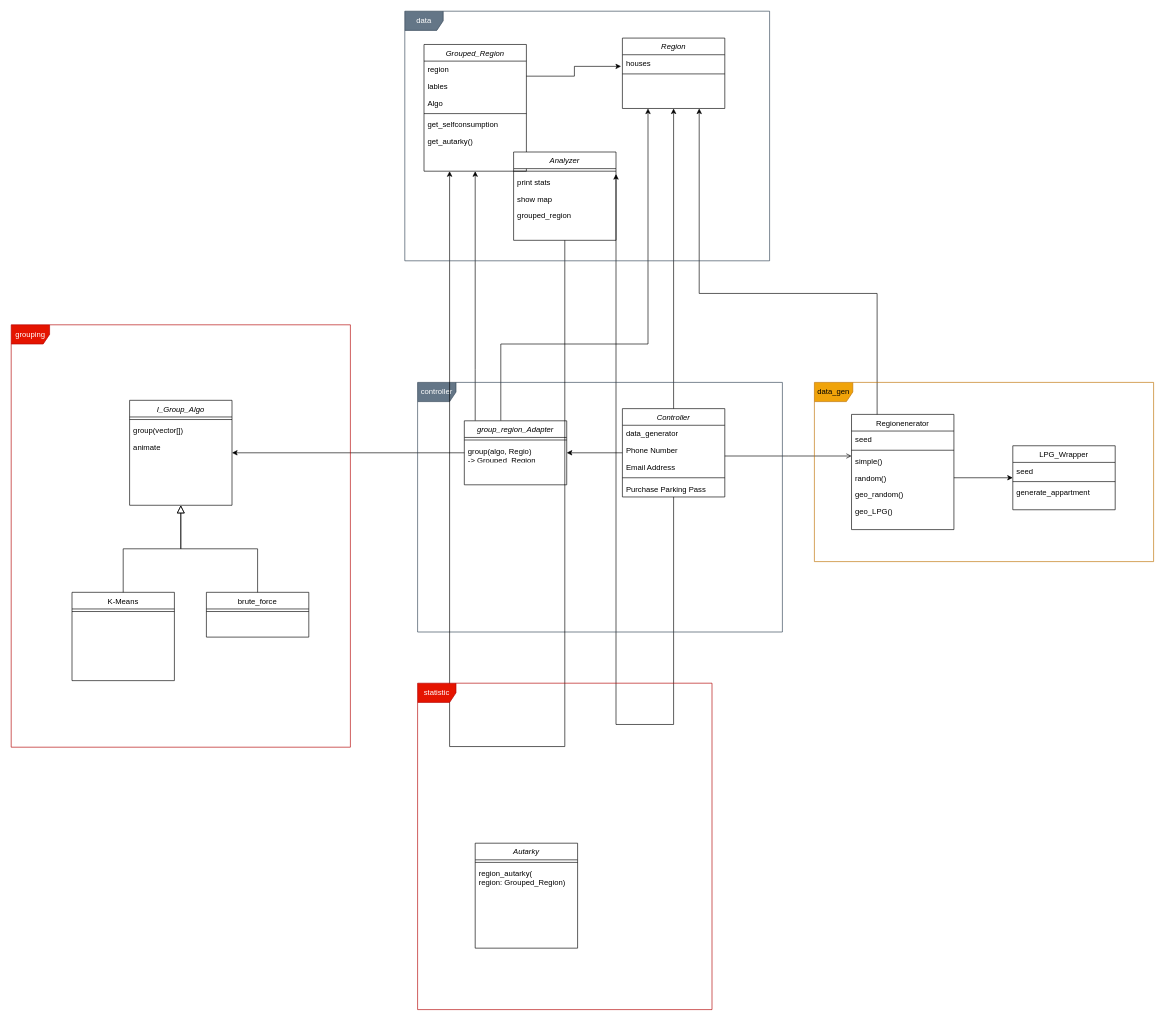
Above: diagram/Architektur.drawio in StevenLhmn/energy_grouping (draw.io), before the change. Source tidied: cells renumbered, new cells numbered last; positions are measured from the earlier drawing's top-left corner, leaving out a move shared by most shapes. Both pictures are drawn from the tidied source at 64%, with x=0, y=0 at pixel (11, 11).
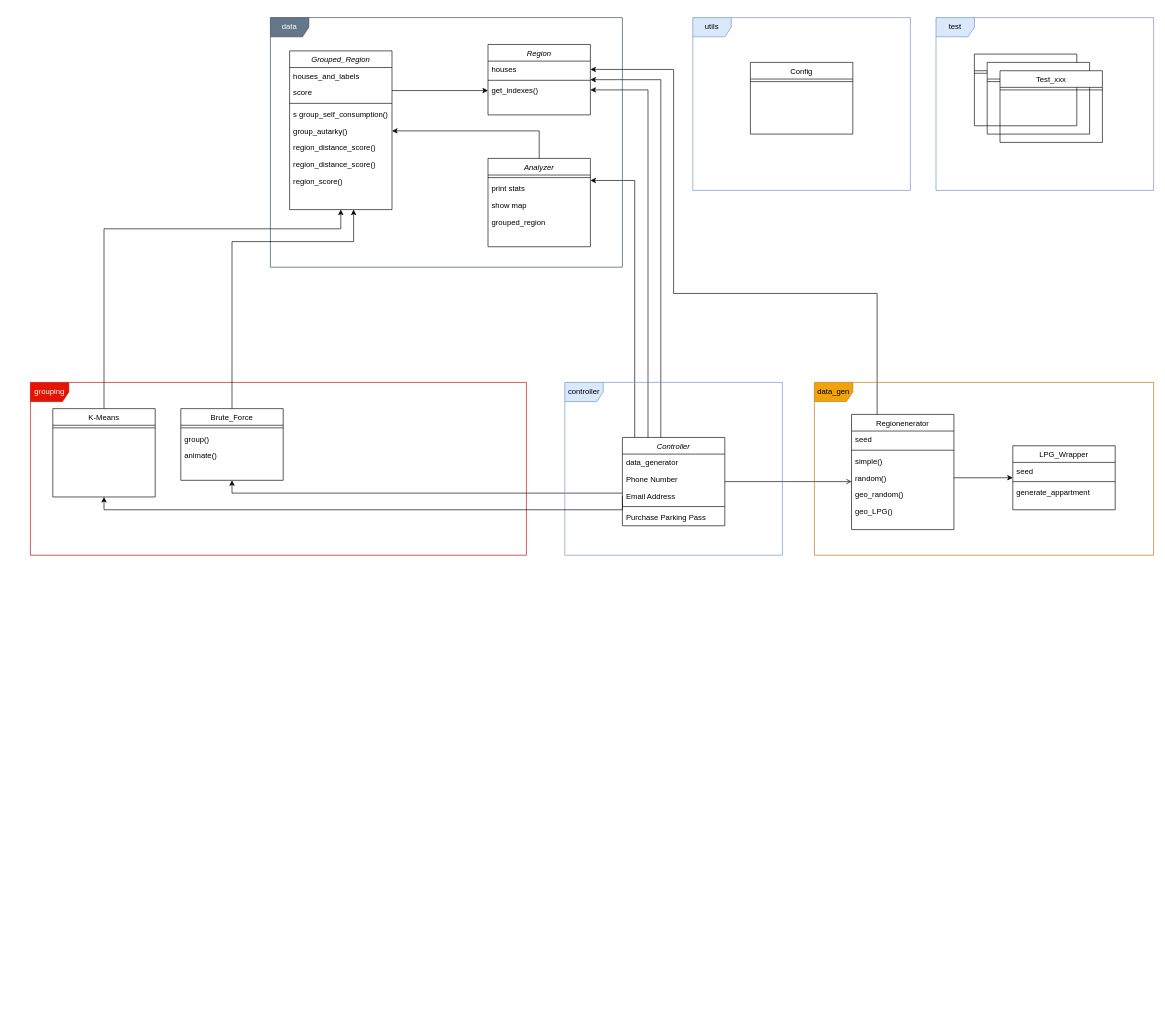
After the change.

Commit message (it also covers changes not shown here):
clean up architecture: remove statistic, add utils and tests

Unchanged cells that the change refers to:
```xml
<mxCell id="6" value="Email Address" style="text;align=left;verticalAlign=top;spacingLeft=4;spacingRight=4;overflow=hidden;points=[[0,0.5],[1,0.5]];portConstraint=eastwest;rounded=0;shadow=0;html=0;" parent="3" vertex="1">
  <mxGeometry y="78" width="160" height="26" as="geometry" />
</mxCell>
<mxCell id="15" value="Regionenerator" style="swimlane;fontStyle=0;align=center;verticalAlign=top;horizontal=1;startSize=26;rounded=0;shadow=0;strokeWidth=1;" parent="1" vertex="1">
  <mxGeometry x="1313" y="630" width="160" height="180" as="geometry" />
</mxCell>
<mxCell id="24" value="houses" style="text;align=left;verticalAlign=top;spacingLeft=4;spacingRight=4;overflow=hidden;points=[[0,0.5],[1,0.5]];portConstraint=eastwest;" parent="23" vertex="1">
  <mxGeometry y="26" width="160" height="26" as="geometry" />
</mxCell>
```

Diff of the diagram source:
```diff
@@
-    <mxCell id="2" style="edgeStyle=orthogonalEdgeStyle;rounded=0;jettySize=auto;html=1;entryX=1;entryY=0.25;entryDx=0;entryDy=0;" parent="1" edge="1" source="3" target="54">
+    <mxCell id="2" style="edgeStyle=orthogonalEdgeStyle;rounded=0;jettySize=auto;html=1;entryX=1;entryY=0.25;entryDx=0;entryDy=0;exitX=0.12;exitY=0;exitDx=0;exitDy=0;exitPerimeter=0;" parent="1" edge="1" source="3" target="54">
       <mxGeometry relative="1" as="geometry">
         <Array as="points">
-          <mxPoint x="1035" y="1114.5" />
+          <mxPoint x="974.2" y="264.5" />
         </Array>
       </mxGeometry>
     </mxCell>
     <mxCell id="3" value="Controller" style="swimlane;fontStyle=2;align=center;verticalAlign=top;horizontal=1;startSize=26;rounded=0;shadow=0;strokeWidth=1;" parent="1" vertex="1">
-      <mxGeometry x="955" y="621" width="160" height="138" as="geometry" />
+      <mxGeometry x="955" y="666" width="160" height="138" as="geometry" />
     </mxCell>
@@
     <mxCell id="9" value="K-Means" style="swimlane;fontStyle=0;align=center;verticalAlign=top;horizontal=1;startSize=26;rounded=0;shadow=0;strokeWidth=1;" parent="1" vertex="1">
-      <mxGeometry x="95" y="908" width="160" height="138" as="geometry" />
+      <mxGeometry x="65" y="621" width="160" height="138" as="geometry" />
     </mxCell>
@@
-    <mxCell id="11" style="endArrow=block;endSize=10;endFill=0;shadow=0;strokeWidth=1;rounded=0;curved=0;edgeStyle=elbowEdgeStyle;elbow=vertical;" parent="1" edge="1" source="9" target="29">
-      <mxGeometry relative="1" as="geometry" />
-    </mxCell>
-    <mxCell id="12" value="brute_force" style="swimlane;fontStyle=0;align=center;verticalAlign=top;horizontal=1;startSize=26;rounded=0;shadow=0;strokeWidth=1;" parent="1" vertex="1">
-      <mxGeometry x="305" y="908" width="160" height="70" as="geometry" />
+    <mxCell id="12" value="Brute_Force" style="swimlane;fontStyle=0;align=center;verticalAlign=top;horizontal=1;startSize=26;rounded=0;shadow=0;strokeWidth=1;" parent="1" vertex="1">
+      <mxGeometry x="265" y="621" width="160" height="112" as="geometry" />
     </mxCell>
@@
-    <mxCell id="14" style="endArrow=block;endSize=10;endFill=0;shadow=0;strokeWidth=1;rounded=0;curved=0;edgeStyle=elbowEdgeStyle;elbow=vertical;" parent="1" edge="1" source="12" target="29">
-      <mxGeometry relative="1" as="geometry" />
-    </mxCell>
+    <mxCell id="66" value="group()" style="text;align=left;verticalAlign=top;spacingLeft=4;spacingRight=4;overflow=hidden;" parent="12" vertex="1">
+      <mxGeometry y="34" width="160" height="26" as="geometry" />
+    </mxCell>
+    <mxCell id="67" value="animate()" style="text;align=left;verticalAlign=top;spacingLeft=4;spacingRight=4;overflow=hidden;" parent="12" vertex="1">
+      <mxGeometry y="60" width="160" height="26" as="geometry" />
+    </mxCell>
@@
     <mxCell id="23" value="Region" style="swimlane;fontStyle=2;align=center;verticalAlign=top;horizontal=1;startSize=26;rounded=0;shadow=0;strokeWidth=1;" parent="1" vertex="1">
-      <mxGeometry x="955" y="42" width="160" height="110" as="geometry" />
+      <mxGeometry x="745" y="52" width="160" height="110" as="geometry" />
     </mxCell>
@@
-    <mxCell id="26" style="edgeStyle=orthogonalEdgeStyle;rounded=0;jettySize=auto;html=1;exitX=0.25;exitY=0;exitDx=0;exitDy=0;entryX=0.75;entryY=1;entryDx=0;entryDy=0;" parent="1" edge="1" source="15" target="23">
+    <mxCell id="26" style="edgeStyle=orthogonalEdgeStyle;rounded=0;jettySize=auto;html=1;exitX=0.25;exitY=0;exitDx=0;exitDy=0;entryX=1;entryY=0.5;entryDx=0;entryDy=0;" parent="1" edge="1" source="15" target="24">
       <mxGeometry relative="1" as="geometry">
         <Array as="points">
-          <mxPoint x="1353" y="630" />
           <mxPoint x="1353" y="441" />
-          <mxPoint x="1075" y="441" />
+          <mxPoint x="1035" y="441" />
+          <mxPoint x="1035" y="91" />
         </Array>
       </mxGeometry>
     </mxCell>
-    <mxCell id="27" style="edgeStyle=orthogonalEdgeStyle;rounded=0;jettySize=auto;html=1;exitX=0.5;exitY=0;exitDx=0;exitDy=0;" parent="1" edge="1" source="3" target="23">
-      <mxGeometry relative="1" as="geometry" />
+    <mxCell id="27" style="edgeStyle=orthogonalEdgeStyle;rounded=0;jettySize=auto;html=1;" parent="1" edge="1" target="23">
+      <mxGeometry relative="1" as="geometry">
+        <mxPoint x="1015" y="666" as="sourcePoint" />
+        <Array as="points">
+          <mxPoint x="1015" y="666" />
+          <mxPoint x="1015" y="107" />
+        </Array>
+      </mxGeometry>
     </mxCell>
-    <mxCell id="28" style="edgeStyle=orthogonalEdgeStyle;rounded=0;jettySize=auto;html=1;" parent="1" edge="1" source="42" target="36">
+    <mxCell id="28" style="edgeStyle=orthogonalEdgeStyle;rounded=0;jettySize=auto;html=1;exitX=0.5;exitY=0;exitDx=0;exitDy=0;" parent="1" edge="1" source="9" target="36">
       <mxGeometry relative="1" as="geometry">
         <Array as="points">
-          <mxPoint x="725" y="560" />
-          <mxPoint x="725" y="560" />
+          <mxPoint x="145" y="340" />
+          <mxPoint x="515" y="340" />
         </Array>
       </mxGeometry>
     </mxCell>
-    <mxCell id="29" value="I_Group_Algo" style="swimlane;fontStyle=2;align=center;verticalAlign=top;horizontal=1;startSize=26;rounded=0;shadow=0;strokeWidth=1;" parent="1" vertex="1">
-      <mxGeometry x="185" y="608" width="160" height="164" as="geometry" />
-    </mxCell>
-    <mxCell id="30" style="line;html=1;strokeWidth=1;align=left;verticalAlign=middle;spacingTop=-1;spacingLeft=3;spacingRight=3;labelPosition=right;" parent="29" vertex="1">
-      <mxGeometry y="26" width="160" height="8" as="geometry" />
-    </mxCell>
-    <mxCell id="31" value="group(vector[])" style="text;align=left;verticalAlign=top;spacingLeft=4;spacingRight=4;overflow=hidden;" parent="29" vertex="1">
-      <mxGeometry y="34" width="160" height="26" as="geometry" />
-    </mxCell>
-    <mxCell id="32" value="animate" style="text;align=left;verticalAlign=top;spacingLeft=4;spacingRight=4;overflow=hidden;" parent="29" vertex="1">
-      <mxGeometry y="60" width="160" height="26" as="geometry" />
-    </mxCell>
-    <mxCell id="33" style="edgeStyle=orthogonalEdgeStyle;rounded=0;jettySize=auto;html=1;" parent="1" edge="1" source="3" target="42">
-      <mxGeometry relative="1" as="geometry" />
+    <mxCell id="33" style="edgeStyle=orthogonalEdgeStyle;rounded=0;jettySize=auto;html=1;entryX=0.5;entryY=1;entryDx=0;entryDy=0;" parent="1" edge="1" source="3" target="12">
+      <mxGeometry relative="1" as="geometry">
+        <Array as="points">
+          <mxPoint x="345" y="753" />
+        </Array>
+      </mxGeometry>
     </mxCell>
-    <mxCell id="34" style="edgeStyle=orthogonalEdgeStyle;rounded=0;jettySize=auto;html=1;entryX=0.25;entryY=1;entryDx=0;entryDy=0;" parent="1" edge="1" source="42" target="23">
+    <mxCell id="34" style="edgeStyle=orthogonalEdgeStyle;rounded=0;jettySize=auto;html=1;entryX=1;entryY=0.5;entryDx=0;entryDy=0;exitX=0.25;exitY=0;exitDx=0;exitDy=0;" parent="1" edge="1" source="3" target="71">
       <mxGeometry relative="1" as="geometry">
         <Array as="points">
-          <mxPoint x="765" y="520" />
-          <mxPoint x="995" y="520" />
+          <mxPoint x="995" y="123" />
         </Array>
       </mxGeometry>
     </mxCell>
-    <mxCell id="35" style="edgeStyle=orthogonalEdgeStyle;rounded=0;jettySize=auto;html=1;exitX=1;exitY=0.25;exitDx=0;exitDy=0;entryX=-0.013;entryY=0.7;entryDx=0;entryDy=0;entryPerimeter=0;" parent="1" edge="1" source="36" target="24">
-      <mxGeometry relative="1" as="geometry" />
+    <mxCell id="35" style="edgeStyle=orthogonalEdgeStyle;rounded=0;jettySize=auto;html=1;exitX=1;exitY=0.25;exitDx=0;exitDy=0;" parent="1" edge="1" source="36">
+      <mxGeometry relative="1" as="geometry">
+        <mxPoint x="745" y="124" as="targetPoint" />
+        <Array as="points">
+          <mxPoint x="742.9" y="124" />
+        </Array>
+      </mxGeometry>
     </mxCell>
     <mxCell id="36" value="Grouped_Region" style="swimlane;fontStyle=2;align=center;verticalAlign=top;horizontal=1;startSize=26;rounded=0;shadow=0;strokeWidth=1;" parent="1" vertex="1">
-      <mxGeometry x="645" y="52" width="160" height="198" as="geometry" />
+      <mxGeometry x="435" y="62" width="160" height="248" as="geometry" />
     </mxCell>
-    <mxCell id="37" value="region" style="text;align=left;verticalAlign=top;spacingLeft=4;spacingRight=4;overflow=hidden;" parent="36" vertex="1">
-      <mxGeometry y="26" width="160" height="26" as="geometry" />
-    </mxCell>
-    <mxCell id="38" value="lables" style="text;align=left;verticalAlign=top;spacingLeft=4;spacingRight=4;overflow=hidden;rounded=0;shadow=0;html=0;" parent="36" vertex="1">
-      <mxGeometry y="52" width="160" height="26" as="geometry" />
+    <mxCell id="38" value="houses_and_labels" style="text;align=left;verticalAlign=top;spacingLeft=4;spacingRight=4;overflow=hidden;rounded=0;shadow=0;html=0;" parent="36" vertex="1">
+      <mxGeometry y="26" width="160" height="26" as="geometry" />
     </mxCell>
-    <mxCell id="39" value="Algo" style="text;align=left;verticalAlign=top;spacingLeft=4;spacingRight=4;overflow=hidden;rounded=0;shadow=0;html=0;" parent="36" vertex="1">
-      <mxGeometry y="78" width="160" height="26" as="geometry" />
+    <mxCell id="39" value="score" style="text;align=left;verticalAlign=top;spacingLeft=4;spacingRight=4;overflow=hidden;rounded=0;shadow=0;html=0;" parent="36" vertex="1">
+      <mxGeometry y="52" width="160" height="26" as="geometry" />
     </mxCell>
     <mxCell id="40" style="line;html=1;strokeWidth=1;align=left;verticalAlign=middle;spacingTop=-1;spacingLeft=3;spacingRight=3;labelPosition=right;" parent="36" vertex="1">
-      <mxGeometry y="104" width="160" height="8" as="geometry" />
+      <mxGeometry y="78" width="160" height="8" as="geometry" />
     </mxCell>
-    <mxCell id="41" value="get_selfconsumption" style="text;align=left;verticalAlign=top;spacingLeft=4;spacingRight=4;overflow=hidden;" parent="36" vertex="1">
-      <mxGeometry y="112" width="160" height="26" as="geometry" />
+    <mxCell id="41" value="s group_self_consumption()" style="text;align=left;verticalAlign=top;spacingLeft=4;spacingRight=4;overflow=hidden;" parent="36" vertex="1">
+      <mxGeometry y="86" width="160" height="26" as="geometry" />
     </mxCell>
-    <mxCell id="42" value="group_region_Adapter" style="swimlane;fontStyle=2;align=center;verticalAlign=top;horizontal=1;startSize=26;rounded=0;shadow=0;strokeWidth=1;" parent="1" vertex="1">
-      <mxGeometry x="708" y="640" width="160" height="100" as="geometry" />
-    </mxCell>
-    <mxCell id="43" style="line;html=1;strokeWidth=1;align=left;verticalAlign=middle;spacingTop=-1;spacingLeft=3;spacingRight=3;labelPosition=right;" parent="42" vertex="1">
-      <mxGeometry y="26" width="160" height="8" as="geometry" />
-    </mxCell>
-    <mxCell id="44" value="group(algo, Regio)&#10;-&gt; Grouped_Region" style="text;align=left;verticalAlign=top;spacingLeft=4;spacingRight=4;overflow=hidden;" parent="42" vertex="1">
-      <mxGeometry y="34" width="160" height="26" as="geometry" />
-    </mxCell>
-    <mxCell id="45" style="edgeStyle=orthogonalEdgeStyle;rounded=0;jettySize=auto;html=1;" parent="1" edge="1" source="42" target="29">
-      <mxGeometry relative="1" as="geometry" />
-    </mxCell>
+    <mxCell id="68" value="group_autarky()" style="text;align=left;verticalAlign=top;spacingLeft=4;spacingRight=4;overflow=hidden;points=[[0,0.5],[1,0.5]];portConstraint=eastwest;" parent="36" vertex="1">
+      <mxGeometry y="112" width="160" height="26" as="geometry" />
+    </mxCell>
+    <mxCell id="69" value="region_distance_score()" style="text;align=left;verticalAlign=top;spacingLeft=4;spacingRight=4;overflow=hidden;" parent="36" vertex="1">
+      <mxGeometry y="138" width="160" height="26" as="geometry" />
+    </mxCell>
@@
     <mxCell id="51" value="data_gen" style="shape=umlFrame;whiteSpace=wrap;html=1;fillColor=#f0a30a;fontColor=#000000;strokeColor=#BD7000;" parent="1" vertex="1">
-      <mxGeometry x="1255" y="580" width="530" height="280" as="geometry" />
+      <mxGeometry x="1255" y="580" width="530" height="270" as="geometry" />
     </mxCell>
     <mxCell id="52" value="grouping" style="shape=umlFrame;whiteSpace=wrap;html=1;fillColor=#e51400;labelBackgroundColor=none;fontColor=#ffffff;strokeColor=#B20000;" parent="1" vertex="1">
-      <mxGeometry y="490" width="530" height="660" as="geometry" />
+      <mxGeometry x="30" y="580" width="775" height="270" as="geometry" />
     </mxCell>
-    <mxCell id="53" value="controller" style="shape=umlFrame;whiteSpace=wrap;html=1;fillColor=#647687;fontColor=#ffffff;strokeColor=#314354;" parent="1" vertex="1">
-      <mxGeometry x="635" y="580" width="570" height="390" as="geometry" />
+    <mxCell id="53" value="controller" style="shape=umlFrame;whiteSpace=wrap;html=1;fillColor=#dae8fc;strokeColor=#6c8ebf;" parent="1" vertex="1">
+      <mxGeometry x="865" y="580" width="340" height="270" as="geometry" />
     </mxCell>
     <mxCell id="54" value="Analyzer" style="swimlane;fontStyle=2;align=center;verticalAlign=top;horizontal=1;startSize=26;rounded=0;shadow=0;strokeWidth=1;" parent="1" vertex="1">
-      <mxGeometry x="785" y="220" width="160" height="138" as="geometry" />
+      <mxGeometry x="745" y="230" width="160" height="138" as="geometry" />
     </mxCell>
@@
-    <mxCell id="59" style="edgeStyle=orthogonalEdgeStyle;rounded=0;jettySize=auto;html=1;" parent="1" edge="1" source="54" target="36">
+    <mxCell id="59" style="edgeStyle=orthogonalEdgeStyle;rounded=0;jettySize=auto;html=1;entryX=1;entryY=0.5;entryDx=0;entryDy=0;" parent="1" edge="1" source="54" target="68">
       <mxGeometry relative="1" as="geometry">
         <Array as="points">
-          <mxPoint x="685" y="1149" />
+          <mxPoint x="825" y="187" />
         </Array>
       </mxGeometry>
     </mxCell>
     <mxCell id="60" value="data" style="shape=umlFrame;whiteSpace=wrap;html=1;fillColor=#647687;fontColor=#ffffff;strokeColor=#314354;" parent="1" vertex="1">
-      <mxGeometry x="615" width="570" height="390" as="geometry" />
+      <mxGeometry x="405" y="10" width="550" height="390" as="geometry" />
     </mxCell>
-    <mxCell id="61" value="Autarky" style="swimlane;fontStyle=2;align=center;verticalAlign=top;horizontal=1;startSize=26;rounded=0;shadow=0;strokeWidth=1;" parent="1" vertex="1">
-      <mxGeometry x="725" y="1300" width="160" height="164" as="geometry" />
-    </mxCell>
-    <mxCell id="62" style="line;html=1;strokeWidth=1;align=left;verticalAlign=middle;spacingTop=-1;spacingLeft=3;spacingRight=3;labelPosition=right;" parent="61" vertex="1">
-      <mxGeometry y="26" width="160" height="8" as="geometry" />
-    </mxCell>
-    <mxCell id="63" value="region_autarky(&#10;region: Grouped_Region)" style="text;align=left;verticalAlign=top;spacingLeft=4;spacingRight=4;overflow=hidden;" parent="61" vertex="1">
-      <mxGeometry y="34" width="160" height="36" as="geometry" />
-    </mxCell>
-    <mxCell id="64" value="statistic" style="shape=umlFrame;whiteSpace=wrap;html=1;fillColor=#e51400;labelBackgroundColor=none;fontColor=#ffffff;strokeColor=#B20000;" parent="1" vertex="1">
-      <mxGeometry x="635" y="1050" width="460" height="510" as="geometry" />
-    </mxCell>
-    <mxCell id="65" value="get_autarky()" style="text;align=left;verticalAlign=top;spacingLeft=4;spacingRight=4;overflow=hidden;" parent="1" vertex="1">
-      <mxGeometry x="645" y="190" width="160" height="26" as="geometry" />
+    <mxCell id="65" value="region_score()" style="text;align=left;verticalAlign=top;spacingLeft=4;spacingRight=4;overflow=hidden;" parent="1" vertex="1">
+      <mxGeometry x="435" y="252" width="160" height="26" as="geometry" />
     </mxCell>
+    <mxCell id="70" value="region_distance_score()" style="text;align=left;verticalAlign=top;spacingLeft=4;spacingRight=4;overflow=hidden;" parent="1" vertex="1">
+      <mxGeometry x="435" y="226" width="160" height="26" as="geometry" />
+    </mxCell>
+    <mxCell id="71" value="get_indexes()" style="text;align=left;verticalAlign=top;spacingLeft=4;spacingRight=4;overflow=hidden;points=[[0,0.5],[1,0.5]];portConstraint=eastwest;" parent="1" vertex="1">
+      <mxGeometry x="745" y="110" width="160" height="26" as="geometry" />
+    </mxCell>
+    <mxCell id="72" style="edgeStyle=orthogonalEdgeStyle;rounded=0;jettySize=auto;html=1;entryX=0.5;entryY=1;entryDx=0;entryDy=0;exitX=0;exitY=0.5;exitDx=0;exitDy=0;" parent="1" edge="1" source="6" target="9">
+      <mxGeometry relative="1" as="geometry">
+        <Array as="points">
+          <mxPoint x="955" y="779" />
+          <mxPoint x="145" y="779" />
+        </Array>
+      </mxGeometry>
+    </mxCell>
+    <mxCell id="73" style="edgeStyle=orthogonalEdgeStyle;rounded=0;jettySize=auto;html=1;exitX=0.5;exitY=0;exitDx=0;exitDy=0;" parent="1" edge="1" source="12">
+      <mxGeometry relative="1" as="geometry">
+        <mxPoint x="535" y="310" as="targetPoint" />
+        <Array as="points">
+          <mxPoint x="345" y="360" />
+          <mxPoint x="535" y="360" />
+        </Array>
+      </mxGeometry>
+    </mxCell>
+    <mxCell id="74" value="utils" style="shape=umlFrame;whiteSpace=wrap;html=1;fillColor=#dae8fc;strokeColor=#6c8ebf;" parent="1" vertex="1">
+      <mxGeometry x="1065" y="10" width="340" height="270" as="geometry" />
+    </mxCell>
+    <mxCell id="75" value="test" style="shape=umlFrame;whiteSpace=wrap;html=1;fillColor=#dae8fc;strokeColor=#6c8ebf;" parent="1" vertex="1">
+      <mxGeometry x="1445" y="10" width="340" height="270" as="geometry" />
+    </mxCell>
+    <mxCell id="76" value="Config" style="swimlane;fontStyle=0;align=center;verticalAlign=top;horizontal=1;startSize=26;rounded=0;shadow=0;strokeWidth=1;" parent="1" vertex="1">
+      <mxGeometry x="1155" y="80" width="160" height="112" as="geometry" />
+    </mxCell>
+    <mxCell id="77" style="line;html=1;strokeWidth=1;align=left;verticalAlign=middle;spacingTop=-1;spacingLeft=3;spacingRight=3;labelPosition=right;" parent="76" vertex="1">
+      <mxGeometry y="26" width="160" height="8" as="geometry" />
+    </mxCell>
+    <mxCell id="78" style="swimlane;fontStyle=0;align=center;verticalAlign=top;horizontal=1;startSize=26;rounded=0;shadow=0;strokeWidth=1;" parent="1" vertex="1">
+      <mxGeometry x="1505" y="67" width="160" height="112" as="geometry" />
+    </mxCell>
+    <mxCell id="79" style="line;html=1;strokeWidth=1;align=left;verticalAlign=middle;spacingTop=-1;spacingLeft=3;spacingRight=3;labelPosition=right;" parent="78" vertex="1">
+      <mxGeometry y="26" width="160" height="8" as="geometry" />
+    </mxCell>
+    <mxCell id="80" style="swimlane;fontStyle=0;align=center;verticalAlign=top;horizontal=1;startSize=26;rounded=0;shadow=0;strokeWidth=1;" parent="1" vertex="1">
+      <mxGeometry x="1525" y="80" width="160" height="112" as="geometry" />
+    </mxCell>
+    <mxCell id="81" style="line;html=1;strokeWidth=1;align=left;verticalAlign=middle;spacingTop=-1;spacingLeft=3;spacingRight=3;labelPosition=right;" parent="80" vertex="1">
+      <mxGeometry y="26" width="160" height="8" as="geometry" />
+    </mxCell>
+    <mxCell id="82" value="Test_xxx" style="swimlane;fontStyle=0;align=center;verticalAlign=top;horizontal=1;startSize=26;rounded=0;shadow=0;strokeWidth=1;" parent="1" vertex="1">
+      <mxGeometry x="1545" y="93" width="160" height="112" as="geometry" />
+    </mxCell>
+    <mxCell id="83" style="line;html=1;strokeWidth=1;align=left;verticalAlign=middle;spacingTop=-1;spacingLeft=3;spacingRight=3;labelPosition=right;" parent="82" vertex="1">
+      <mxGeometry y="26" width="160" height="8" as="geometry" />
+    </mxCell>
```
